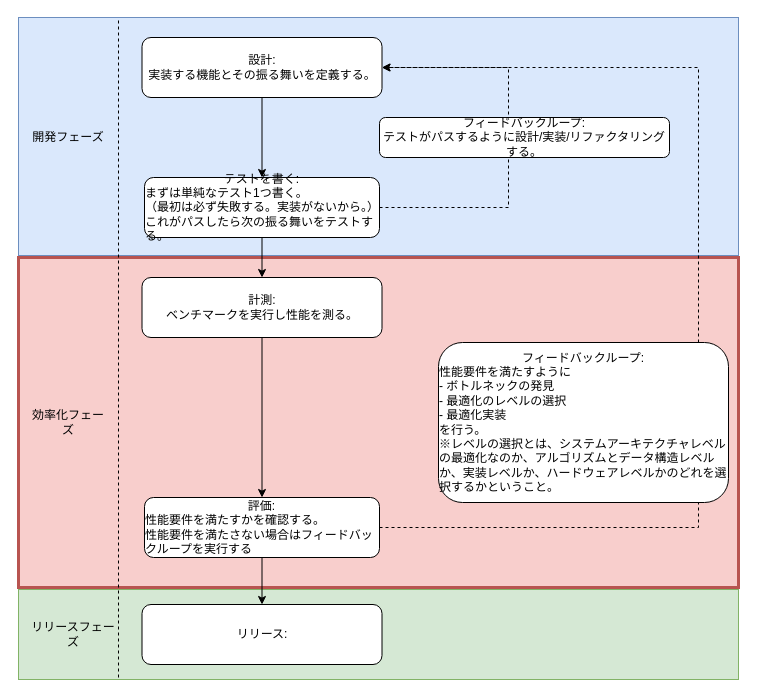
Above: optimization/images/Optimization-flow.drawio in aintek-xyz/docs (draw.io), before the change. Source tidied: cells renumbered, new cells numbered last; positions are measured from the earlier drawing's top-left corner, leaving out a move shared by most shapes. Both pictures are drawn from the tidied source at 100%, with x=0, y=0 at pixel (18, 17).
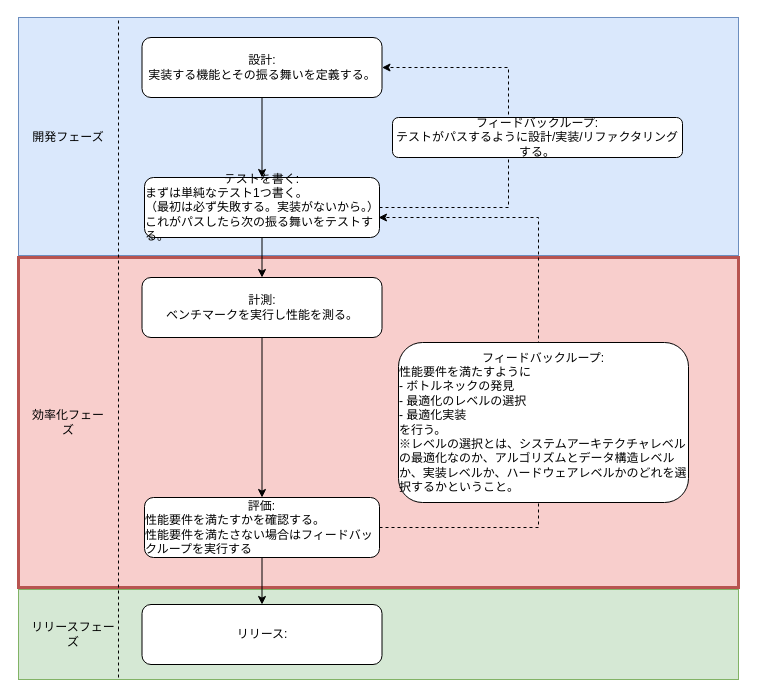
The same page after the edit.

Commit message (it also covers changes not shown here):
Fixed the image because the feedback loop path is wrong.

Unchanged cells that the change refers to:
```xml
<mxCell id="5" value="設計:&lt;br&gt;&lt;div style=&quot;text-align: left&quot;&gt;&lt;span&gt;実装する機能とその振る舞いを定義する。&lt;/span&gt;&lt;/div&gt;" style="rounded=1;whiteSpace=wrap;html=1;" parent="1" vertex="1">
  <mxGeometry x="123.5" y="20" width="240" height="60" as="geometry" />
</mxCell>
<mxCell id="13" value="評価:&lt;br&gt;&lt;div style=&quot;text-align: left&quot;&gt;性能要件を満たすかを確認する。&lt;/div&gt;&lt;div style=&quot;text-align: left&quot;&gt;性能要件を満たさない場合はフィードバックループを実行する&lt;/div&gt;" style="rounded=1;whiteSpace=wrap;html=1;" parent="1" vertex="1">
  <mxGeometry x="126" y="480" width="235" height="60" as="geometry" />
</mxCell>
```

The edit, as a diff of the source:
```diff
@@
-    <mxCell id="12" style="edgeStyle=orthogonalEdgeStyle;rounded=0;jettySize=auto;html=1;dashed=1;exitX=1;exitY=0.5;exitDx=0;exitDy=0;" parent="1" edge="1" source="13" target="5">
+    <mxCell id="12" style="edgeStyle=orthogonalEdgeStyle;rounded=0;jettySize=auto;html=1;dashed=1;" parent="1" edge="1" source="13">
       <mxGeometry relative="1" as="geometry">
+        <mxPoint x="360" y="200" as="targetPoint" />
         <Array as="points">
-          <mxPoint x="680" y="510" />
-          <mxPoint x="680" y="50" />
+          <mxPoint x="520" y="510" />
+          <mxPoint x="520" y="200" />
         </Array>
       </mxGeometry>
     </mxCell>
@@
     <mxCell id="14" value="フィードバックループ:&lt;br&gt;&lt;div style=&quot;text-align: left&quot;&gt;&lt;span&gt;性能要件を満たすように&lt;/span&gt;&lt;/div&gt;&lt;div style=&quot;text-align: left&quot;&gt;&lt;span&gt;- ボトルネックの発見&lt;/span&gt;&lt;/div&gt;&lt;div style=&quot;text-align: left&quot;&gt;&lt;span&gt;- 最適化のレベルの選択&lt;/span&gt;&lt;/div&gt;&lt;div style=&quot;text-align: left&quot;&gt;&lt;span&gt;- 最適化実装&lt;/span&gt;&lt;/div&gt;&lt;div style=&quot;text-align: left&quot;&gt;&lt;span&gt;を行う。&lt;/span&gt;&lt;/div&gt;&lt;div style=&quot;text-align: left&quot;&gt;※レベルの選択とは、システムアーキテクチャレベルの最適化なのか、アルゴリズムとデータ構造レベルか、実装レベルか、ハードウェアレベルかのどれを選択するかということ。&lt;/div&gt;" style="rounded=1;whiteSpace=wrap;html=1;" parent="1" vertex="1">
-      <mxGeometry x="420" y="325" width="290" height="160" as="geometry" />
+      <mxGeometry x="380" y="325" width="290" height="160" as="geometry" />
     </mxCell>
@@
     <mxCell id="21" value="フィードバックループ:&lt;br&gt;テストがパスするように設計/実装/リファクタリングする。" style="rounded=1;whiteSpace=wrap;html=1;" parent="1" vertex="1">
-      <mxGeometry x="361" y="100" width="290" height="40" as="geometry" />
+      <mxGeometry x="374" y="100" width="290" height="40" as="geometry" />
     </mxCell>
```
